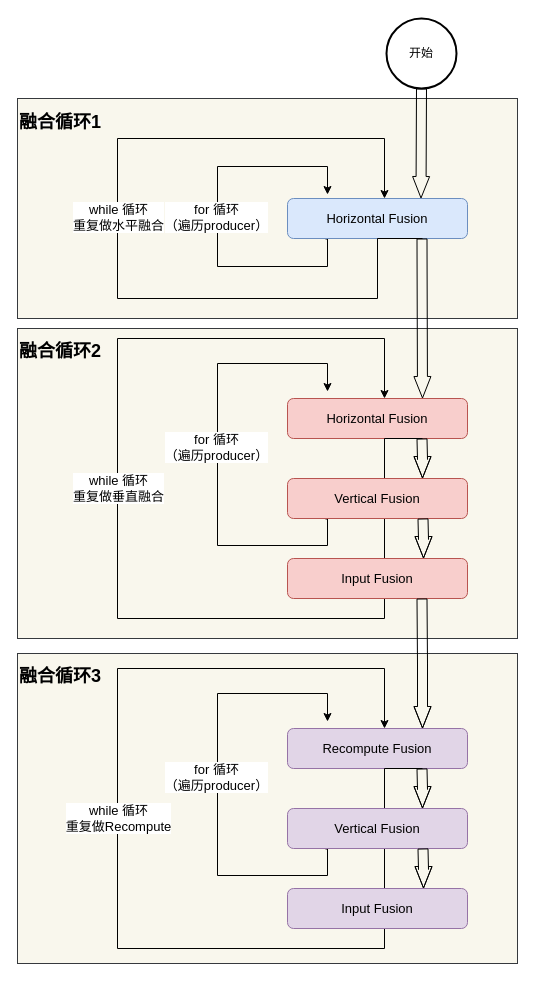
jiahy0825/draw.io keeps this draw.io diagram as CINN中的三次融合.drawio. Above is the earlier version. Source tidied: cells renumbered, new cells numbered last; positions are measured from the earlier drawing's top-left corner, leaving out a move shared by most shapes. Both pictures are drawn from the tidied source at 100%, with x=0, y=0 at pixel (17, 18).
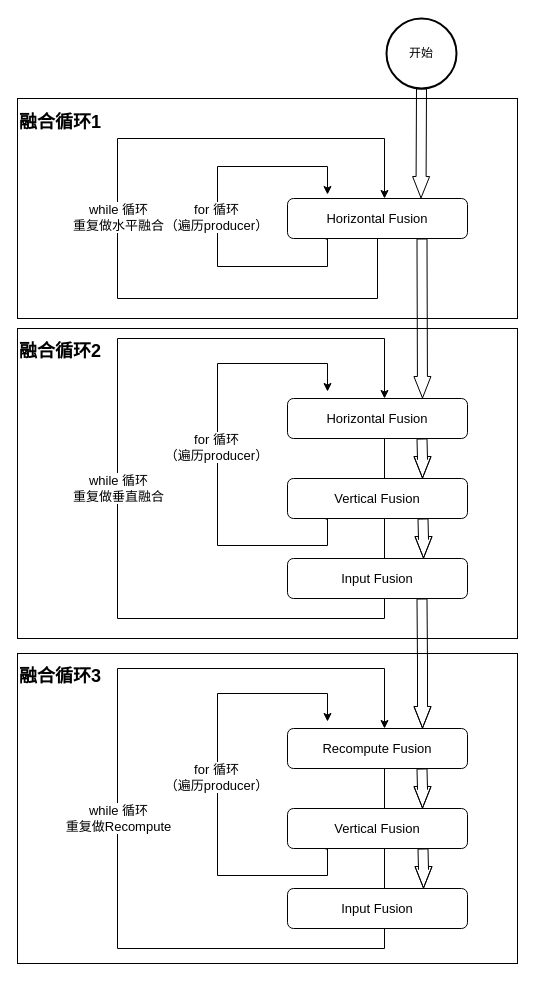
The same page after the edit.

Commit message:
更新CINN中的三次融合.drawio

What changed in the source:
```diff
@@
-    <mxCell id="2" value="&lt;h2 style=&quot;line-height: 20%;&quot;&gt;&lt;br&gt;&lt;/h2&gt;" style="rounded=0;whiteSpace=wrap;html=1;align=left;strokeColor=#36393d;fillColor=#f9f7ed;" parent="1" vertex="1">
+    <mxCell id="2" value="&lt;h2 style=&quot;line-height: 20%;&quot;&gt;&lt;br&gt;&lt;/h2&gt;" style="rounded=0;whiteSpace=wrap;html=1;align=left;" parent="1" vertex="1">
       <mxGeometry y="635" width="500" height="310" as="geometry" />
     </mxCell>
-    <mxCell id="3" value="&lt;h2 style=&quot;line-height: 20%;&quot;&gt;&lt;br&gt;&lt;/h2&gt;" style="rounded=0;whiteSpace=wrap;html=1;align=left;strokeColor=#36393d;fillColor=#f9f7ed;" parent="1" vertex="1">
+    <mxCell id="3" value="&lt;h2 style=&quot;line-height: 20%;&quot;&gt;&lt;br&gt;&lt;/h2&gt;" style="rounded=0;whiteSpace=wrap;html=1;align=left;" parent="1" vertex="1">
       <mxGeometry y="310" width="500" height="310" as="geometry" />
     </mxCell>
-    <mxCell id="4" value="&lt;h2 style=&quot;line-height: 20%;&quot;&gt;&lt;br&gt;&lt;/h2&gt;" style="rounded=0;whiteSpace=wrap;html=1;align=left;strokeColor=#36393d;fillColor=#f9f7ed;" parent="1" vertex="1">
+    <mxCell id="4" value="&lt;h2 style=&quot;line-height: 20%;&quot;&gt;&lt;br&gt;&lt;/h2&gt;" style="rounded=0;whiteSpace=wrap;html=1;align=left;" parent="1" vertex="1">
       <mxGeometry y="80" width="500" height="220" as="geometry" />
     </mxCell>
@@
-    <mxCell id="7" value="Horizontal Fusion" style="rounded=1;whiteSpace=wrap;html=1;fontSize=13;glass=0;strokeWidth=1;shadow=0;fillColor=#dae8fc;strokeColor=#6c8ebf;" parent="1" vertex="1">
+    <mxCell id="7" value="Horizontal Fusion" style="rounded=1;whiteSpace=wrap;html=1;fontSize=13;glass=0;strokeWidth=1;shadow=0;" parent="1" vertex="1">
       <mxGeometry x="270" y="180" width="180" height="40" as="geometry" />
     </mxCell>
@@
-    <mxCell id="13" value="Horizontal Fusion" style="rounded=1;whiteSpace=wrap;html=1;fontSize=13;glass=0;strokeWidth=1;shadow=0;fillColor=#f8cecc;strokeColor=#b85450;" parent="1" vertex="1">
+    <mxCell id="13" value="Horizontal Fusion" style="rounded=1;whiteSpace=wrap;html=1;fontSize=13;glass=0;strokeWidth=1;shadow=0;" parent="1" vertex="1">
       <mxGeometry x="270" y="380" width="180" height="40" as="geometry" />
     </mxCell>
@@
-    <mxCell id="17" value="Vertical Fusion" style="rounded=1;whiteSpace=wrap;html=1;fontSize=13;glass=0;strokeWidth=1;shadow=0;fillColor=#f8cecc;strokeColor=#b85450;" parent="1" vertex="1">
+    <mxCell id="17" value="Vertical Fusion" style="rounded=1;whiteSpace=wrap;html=1;fontSize=13;glass=0;strokeWidth=1;shadow=0;" parent="1" vertex="1">
       <mxGeometry x="270" y="460" width="180" height="40" as="geometry" />
     </mxCell>
-    <mxCell id="18" value="Input Fusion" style="rounded=1;whiteSpace=wrap;html=1;fontSize=13;glass=0;strokeWidth=1;shadow=0;fillColor=#f8cecc;strokeColor=#b85450;" parent="1" vertex="1">
+    <mxCell id="18" value="Input Fusion" style="rounded=1;whiteSpace=wrap;html=1;fontSize=13;glass=0;strokeWidth=1;shadow=0;" parent="1" vertex="1">
       <mxGeometry x="270" y="540" width="180" height="40" as="geometry" />
     </mxCell>
@@
-    <mxCell id="23" value="Recompute Fusion" style="rounded=1;whiteSpace=wrap;html=1;fontSize=13;glass=0;strokeWidth=1;shadow=0;fillColor=#e1d5e7;strokeColor=#9673a6;" parent="1" vertex="1">
+    <mxCell id="23" value="Recompute Fusion" style="rounded=1;whiteSpace=wrap;html=1;fontSize=13;glass=0;strokeWidth=1;shadow=0;" parent="1" vertex="1">
       <mxGeometry x="270" y="710" width="180" height="40" as="geometry" />
     </mxCell>
@@
-    <mxCell id="26" value="Vertical Fusion" style="rounded=1;whiteSpace=wrap;html=1;fontSize=13;glass=0;strokeWidth=1;shadow=0;fillColor=#e1d5e7;strokeColor=#9673a6;" parent="1" vertex="1">
+    <mxCell id="26" value="Vertical Fusion" style="rounded=1;whiteSpace=wrap;html=1;fontSize=13;glass=0;strokeWidth=1;shadow=0;" parent="1" vertex="1">
       <mxGeometry x="270" y="790" width="180" height="40" as="geometry" />
     </mxCell>
-    <mxCell id="27" value="Input Fusion" style="rounded=1;whiteSpace=wrap;html=1;fontSize=13;glass=0;strokeWidth=1;shadow=0;fillColor=#e1d5e7;strokeColor=#9673a6;" parent="1" vertex="1">
+    <mxCell id="27" value="Input Fusion" style="rounded=1;whiteSpace=wrap;html=1;fontSize=13;glass=0;strokeWidth=1;shadow=0;" parent="1" vertex="1">
       <mxGeometry x="270" y="870" width="180" height="40" as="geometry" />
     </mxCell>
```
